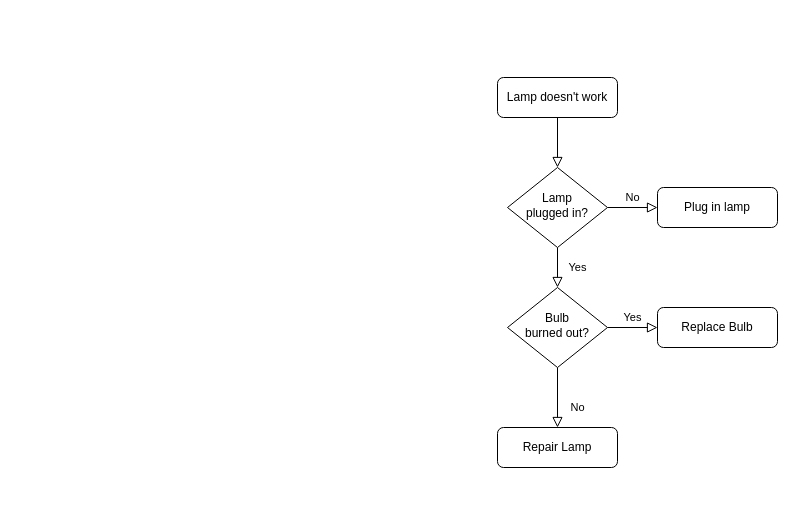
Above: Pipline/Untitled Diagram.drawio in oasisnoehub/DevOps (draw.io), before the change. Source tidied: cells renumbered, new cells numbered last; positions are measured from the earlier drawing's top-left corner, leaving out a move shared by most shapes. Both pictures are drawn from the tidied source at 100%, with x=0, y=0 at pixel (497, 77).
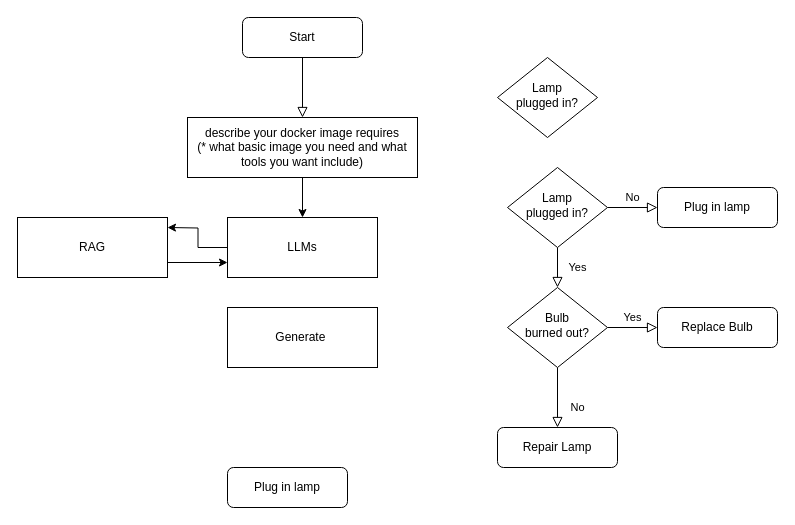
Above is the later version.

Unchanged cells that the change refers to:
```xml
<mxCell id="6" value="Lamp&lt;br&gt;plugged in?" style="rhombus;whiteSpace=wrap;html=1;shadow=0;fontFamily=Helvetica;fontSize=12;align=center;strokeWidth=1;spacing=6;spacingTop=-4;" parent="1" vertex="1">
  <mxGeometry x="10" y="90" width="100" height="80" as="geometry" />
</mxCell>
```

The edit, as a diff of the source:
```diff
@@
-    <mxCell id="2" style="rounded=0;html=1;jettySize=auto;fontSize=11;endArrow=block;endFill=0;endSize=8;strokeWidth=1;shadow=0;labelBackgroundColor=none;edgeStyle=orthogonalEdgeStyle;" parent="1" edge="1" source="3" target="6">
+    <mxCell id="2" style="rounded=0;html=1;jettySize=auto;fontSize=11;endArrow=block;endFill=0;endSize=8;strokeWidth=1;shadow=0;labelBackgroundColor=none;edgeStyle=orthogonalEdgeStyle;entryX=0.5;entryY=0;entryDx=0;entryDy=0;" parent="1" edge="1" source="3" target="14">
       <mxGeometry relative="1" as="geometry" />
     </mxCell>
-    <mxCell id="3" value="Lamp doesn't work" style="rounded=1;whiteSpace=wrap;html=1;fontSize=12;glass=0;strokeWidth=1;shadow=0;" parent="1" vertex="1">
-      <mxGeometry width="120" height="40" as="geometry" />
+    <mxCell id="3" value="Start" style="rounded=1;whiteSpace=wrap;html=1;fontSize=12;glass=0;strokeWidth=1;shadow=0;" parent="1" vertex="1">
+      <mxGeometry x="-255" y="-60" width="120" height="40" as="geometry" />
     </mxCell>
@@
+    <mxCell id="13" style="edgeStyle=orthogonalEdgeStyle;rounded=0;jettySize=auto;html=1;entryX=0.5;entryY=0;entryDx=0;entryDy=0;" parent="1" edge="1" source="14" target="18">
+      <mxGeometry relative="1" as="geometry" />
+    </mxCell>
+    <mxCell id="14" value="describe your docker image requires&lt;div&gt;(* what basic image you need and what tools you want include)&lt;/div&gt;" style="rounded=0;whiteSpace=wrap;html=1;" parent="1" vertex="1">
+      <mxGeometry x="-310" y="40" width="230" height="60" as="geometry" />
+    </mxCell>
+    <mxCell id="15" value="Plug in lamp" style="rounded=1;whiteSpace=wrap;html=1;fontSize=12;glass=0;strokeWidth=1;shadow=0;" parent="1" vertex="1">
+      <mxGeometry x="-270" y="390" width="120" height="40" as="geometry" />
+    </mxCell>
+    <mxCell id="16" value="Lamp&lt;br&gt;plugged in?" style="rhombus;whiteSpace=wrap;html=1;shadow=0;fontFamily=Helvetica;fontSize=12;align=center;strokeWidth=1;spacing=6;spacingTop=-4;" parent="1" vertex="1">
+      <mxGeometry y="-20" width="100" height="80" as="geometry" />
+    </mxCell>
+    <mxCell id="17" style="edgeStyle=orthogonalEdgeStyle;rounded=0;jettySize=auto;html=1;" parent="1" edge="1" source="18">
+      <mxGeometry relative="1" as="geometry">
+        <mxPoint x="-330" y="150" as="targetPoint" />
+      </mxGeometry>
+    </mxCell>
+    <mxCell id="18" value="LLMs" style="rounded=0;whiteSpace=wrap;html=1;" parent="1" vertex="1">
+      <mxGeometry x="-270" y="140" width="150" height="60" as="geometry" />
+    </mxCell>
+    <mxCell id="19" style="edgeStyle=orthogonalEdgeStyle;rounded=0;jettySize=auto;html=1;exitX=1;exitY=0.75;exitDx=0;exitDy=0;entryX=0;entryY=0.75;entryDx=0;entryDy=0;" parent="1" edge="1" source="20" target="18">
+      <mxGeometry relative="1" as="geometry" />
+    </mxCell>
+    <mxCell id="20" value="RAG" style="rounded=0;whiteSpace=wrap;html=1;" parent="1" vertex="1">
+      <mxGeometry x="-480" y="140" width="150" height="60" as="geometry" />
+    </mxCell>
+    <mxCell id="21" value="Generate&amp;nbsp;" style="rounded=0;whiteSpace=wrap;html=1;" parent="1" vertex="1">
+      <mxGeometry x="-270" y="230" width="150" height="60" as="geometry" />
+    </mxCell>
```
